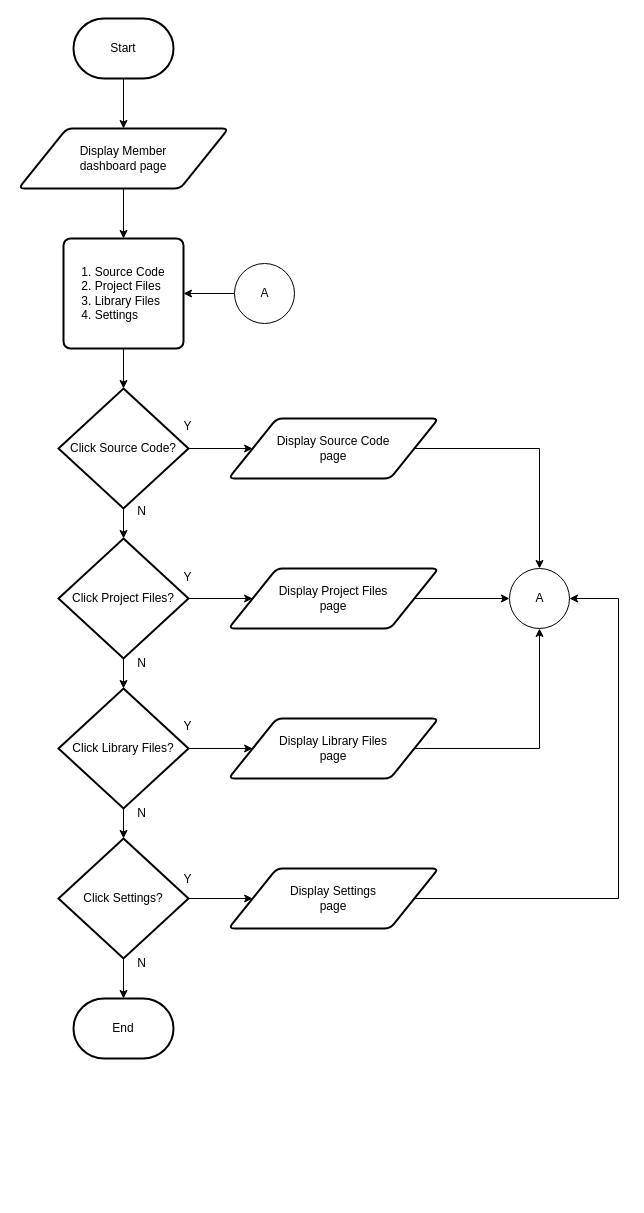
dapzz-id/DrawIO keeps this draw.io diagram as page "Page - Member" (2 of 19) of KP2.drawio. Above is the earlier version. Source tidied: cells renumbered, new cells numbered last; positions are measured from the earlier drawing's top-left corner, leaving out a move shared by most shapes. Both pictures are drawn from the tidied source at 100%, with x=0, y=0 at pixel (18, 18).
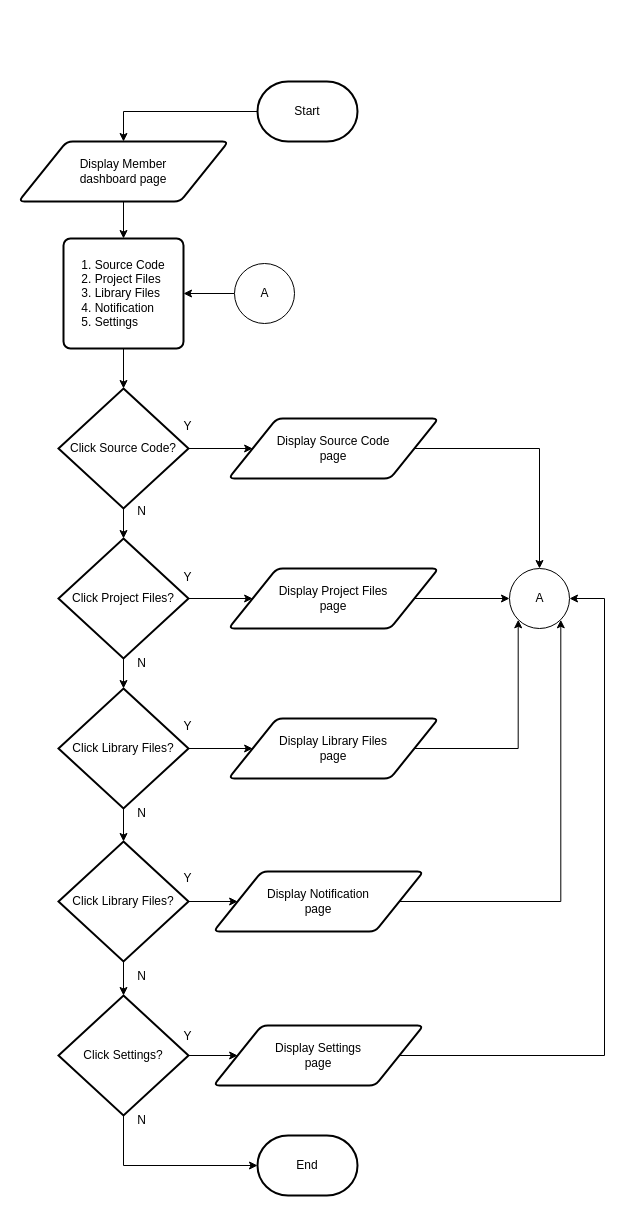
After the change.

The change refers to these unchanged cells:
```xml
<mxCell id="16" value="Click Library Files?" style="strokeWidth=2;html=1;shape=mxgraph.flowchart.decision;whiteSpace=wrap;" parent="1" vertex="1">
  <mxGeometry x="40" y="670" width="130" height="120" as="geometry" />
</mxCell>
<mxCell id="30" value="Display Library Files&lt;div&gt;&lt;span style=&quot;background-color: transparent; color: light-dark(rgb(0, 0, 0), rgb(255, 255, 255));&quot;&gt;page&lt;/span&gt;&lt;/div&gt;" style="shape=parallelogram;html=1;strokeWidth=2;perimeter=parallelogramPerimeter;whiteSpace=wrap;rounded=1;arcSize=12;size=0.23;" parent="1" vertex="1">
  <mxGeometry x="210" y="700" width="210" height="60" as="geometry" />
</mxCell>
<mxCell id="34" value="A" style="verticalLabelPosition=middle;verticalAlign=middle;html=1;shape=mxgraph.flowchart.on-page_reference;labelPosition=center;align=center;" parent="1" vertex="1">
  <mxGeometry x="491" y="550" width="60" height="60" as="geometry" />
</mxCell>
```

Change to the diagram source:
```diff
@@
-    <mxCell id="2" style="edgeStyle=orthogonalEdgeStyle;rounded=0;jettySize=auto;html=1;" parent="1" edge="1" source="3" target="5">
+    <mxCell id="2" style="edgeStyle=orthogonalEdgeStyle;rounded=0;jettySize=auto;html=1;exitX=0;exitY=0.5;exitDx=0;exitDy=0;exitPerimeter=0;entryX=0.5;entryY=0;entryDx=0;entryDy=0;" parent="1" edge="1" source="3" target="5">
       <mxGeometry relative="1" as="geometry" />
     </mxCell>
     <mxCell id="3" value="Start" style="strokeWidth=2;html=1;shape=mxgraph.flowchart.terminator;whiteSpace=wrap;" parent="1" vertex="1">
-      <mxGeometry x="55" width="100" height="60" as="geometry" />
+      <mxGeometry x="239" y="63" width="100" height="60" as="geometry" />
     </mxCell>
@@
     <mxCell id="5" value="Display Member&lt;div&gt;&lt;div&gt;dashboard page&lt;/div&gt;&lt;/div&gt;" style="shape=parallelogram;html=1;strokeWidth=2;perimeter=parallelogramPerimeter;whiteSpace=wrap;rounded=1;arcSize=12;size=0.23;" parent="1" vertex="1">
-      <mxGeometry y="110" width="210" height="60" as="geometry" />
+      <mxGeometry y="123" width="210" height="60" as="geometry" />
     </mxCell>
@@
-    <mxCell id="7" value="&lt;div style=&quot;text-align: justify;&quot;&gt;1. Source Code&lt;/div&gt;&lt;div style=&quot;text-align: justify;&quot;&gt;2. Project Files&lt;/div&gt;&lt;div style=&quot;text-align: justify;&quot;&gt;3. Library Files&lt;/div&gt;&lt;div style=&quot;text-align: justify;&quot;&gt;4. Settings&lt;/div&gt;" style="rounded=1;whiteSpace=wrap;html=1;absoluteArcSize=1;arcSize=14;strokeWidth=2;labelBorderColor=none;" parent="1" vertex="1">
+    <mxCell id="7" value="&lt;div style=&quot;text-align: justify;&quot;&gt;1. Source Code&lt;/div&gt;&lt;div style=&quot;text-align: justify;&quot;&gt;2. Project Files&lt;/div&gt;&lt;div style=&quot;text-align: justify;&quot;&gt;3. Library Files&lt;/div&gt;&lt;div style=&quot;text-align: justify;&quot;&gt;4. Notification&lt;/div&gt;&lt;div style=&quot;text-align: justify;&quot;&gt;5. Settings&lt;/div&gt;" style="rounded=1;whiteSpace=wrap;html=1;absoluteArcSize=1;arcSize=14;strokeWidth=2;labelBorderColor=none;" parent="1" vertex="1">
       <mxGeometry x="45" y="220" width="120" height="110" as="geometry" />
     </mxCell>
@@
-    <mxCell id="14" style="edgeStyle=orthogonalEdgeStyle;rounded=0;jettySize=auto;html=1;" parent="1" edge="1" source="16" target="19">
-      <mxGeometry relative="1" as="geometry" />
-    </mxCell>
@@
+    <mxCell id="40" style="edgeStyle=orthogonalEdgeStyle;rounded=0;jettySize=auto;html=1;" parent="1" edge="1" source="16" target="43">
+      <mxGeometry relative="1" as="geometry" />
+    </mxCell>
@@
-    <mxCell id="17" style="edgeStyle=orthogonalEdgeStyle;rounded=0;jettySize=auto;html=1;" parent="1" edge="1" source="19" target="20">
-      <mxGeometry relative="1" as="geometry" />
-    </mxCell>
@@
     <mxCell id="19" value="Click Settings?" style="strokeWidth=2;html=1;shape=mxgraph.flowchart.decision;whiteSpace=wrap;" parent="1" vertex="1">
-      <mxGeometry x="40" y="820" width="130" height="120" as="geometry" />
+      <mxGeometry x="40" y="977" width="130" height="120" as="geometry" />
     </mxCell>
     <mxCell id="20" value="End" style="strokeWidth=2;html=1;shape=mxgraph.flowchart.terminator;whiteSpace=wrap;" parent="1" vertex="1">
-      <mxGeometry x="55" y="980" width="100" height="60" as="geometry" />
+      <mxGeometry x="239" y="1117" width="100" height="60" as="geometry" />
     </mxCell>
@@
     <mxCell id="24" value="N" style="text;html=1;align=center;verticalAlign=middle;strokeColor=none;fillColor=none;" parent="1" vertex="1">
-      <mxGeometry x="108" y="930" width="30" height="30" as="geometry" />
+      <mxGeometry x="108" y="1087" width="30" height="30" as="geometry" />
     </mxCell>
@@
     <mxCell id="32" value="Display Settings&lt;div&gt;&lt;span style=&quot;background-color: transparent; color: light-dark(rgb(0, 0, 0), rgb(255, 255, 255));&quot;&gt;page&lt;/span&gt;&lt;/div&gt;" style="shape=parallelogram;html=1;strokeWidth=2;perimeter=parallelogramPerimeter;whiteSpace=wrap;rounded=1;arcSize=12;size=0.23;" parent="1" vertex="1">
-      <mxGeometry x="210" y="850" width="210" height="60" as="geometry" />
+      <mxGeometry x="195" y="1007" width="210" height="60" as="geometry" />
     </mxCell>
     <mxCell id="33" value="Y" style="text;html=1;align=center;verticalAlign=middle;strokeColor=none;fillColor=none;" parent="1" vertex="1">
-      <mxGeometry x="154" y="846" width="30" height="30" as="geometry" />
+      <mxGeometry x="154" y="1003" width="30" height="30" as="geometry" />
     </mxCell>
@@
-    <mxCell id="35" style="edgeStyle=orthogonalEdgeStyle;rounded=0;jettySize=auto;html=1;exitX=1;exitY=0.5;exitDx=0;exitDy=0;entryX=0.5;entryY=1;entryDx=0;entryDy=0;entryPerimeter=0;" parent="1" edge="1" source="30" target="34">
-      <mxGeometry relative="1" as="geometry" />
-    </mxCell>
@@
+    <mxCell id="41" style="edgeStyle=orthogonalEdgeStyle;rounded=0;jettySize=auto;html=1;" parent="1" edge="1" source="43" target="44">
+      <mxGeometry relative="1" as="geometry" />
+    </mxCell>
+    <mxCell id="42" style="edgeStyle=orthogonalEdgeStyle;rounded=0;jettySize=auto;html=1;" parent="1" edge="1" source="43" target="19">
+      <mxGeometry relative="1" as="geometry" />
+    </mxCell>
+    <mxCell id="43" value="Click Library Files?" style="strokeWidth=2;html=1;shape=mxgraph.flowchart.decision;whiteSpace=wrap;" parent="1" vertex="1">
+      <mxGeometry x="40" y="823" width="130" height="120" as="geometry" />
+    </mxCell>
+    <mxCell id="44" value="Display Notification&lt;div&gt;&lt;span style=&quot;background-color: transparent; color: light-dark(rgb(0, 0, 0), rgb(255, 255, 255));&quot;&gt;page&lt;/span&gt;&lt;/div&gt;" style="shape=parallelogram;html=1;strokeWidth=2;perimeter=parallelogramPerimeter;whiteSpace=wrap;rounded=1;arcSize=12;size=0.23;" parent="1" vertex="1">
+      <mxGeometry x="195" y="853" width="210" height="60" as="geometry" />
+    </mxCell>
+    <mxCell id="45" value="Y" style="text;html=1;align=center;verticalAlign=middle;strokeColor=none;fillColor=none;" parent="1" vertex="1">
+      <mxGeometry x="154" y="845" width="30" height="30" as="geometry" />
+    </mxCell>
+    <mxCell id="46" value="N" style="text;html=1;align=center;verticalAlign=middle;strokeColor=none;fillColor=none;" parent="1" vertex="1">
+      <mxGeometry x="108" y="943" width="30" height="30" as="geometry" />
+    </mxCell>
+    <mxCell id="35" style="edgeStyle=orthogonalEdgeStyle;rounded=0;jettySize=auto;html=1;exitX=1;exitY=0.5;exitDx=0;exitDy=0;entryX=0.145;entryY=0.855;entryDx=0;entryDy=0;entryPerimeter=0;" parent="1" edge="1" source="30" target="34">
+      <mxGeometry relative="1" as="geometry" />
+    </mxCell>
+    <mxCell id="47" style="edgeStyle=orthogonalEdgeStyle;rounded=0;jettySize=auto;html=1;exitX=1;exitY=0.5;exitDx=0;exitDy=0;entryX=0.855;entryY=0.855;entryDx=0;entryDy=0;entryPerimeter=0;" parent="1" edge="1" source="44" target="34">
+      <mxGeometry relative="1" as="geometry" />
+    </mxCell>
     <mxCell id="39" style="edgeStyle=orthogonalEdgeStyle;rounded=0;jettySize=auto;html=1;exitX=1;exitY=0.5;exitDx=0;exitDy=0;entryX=1;entryY=0.5;entryDx=0;entryDy=0;entryPerimeter=0;" parent="1" edge="1" source="32" target="34">
       <mxGeometry relative="1" as="geometry">
         <Array as="points">
-          <mxPoint x="600" y="880" />
-          <mxPoint x="600" y="580" />
+          <mxPoint x="586" y="1037" />
+          <mxPoint x="586" y="580" />
         </Array>
       </mxGeometry>
     </mxCell>
+    <mxCell id="17" style="edgeStyle=orthogonalEdgeStyle;rounded=0;jettySize=auto;html=1;exitX=0.5;exitY=1;exitDx=0;exitDy=0;exitPerimeter=0;entryX=0;entryY=0.5;entryDx=0;entryDy=0;entryPerimeter=0;" parent="1" edge="1" source="19" target="20">
+      <mxGeometry relative="1" as="geometry" />
+    </mxCell>
```
